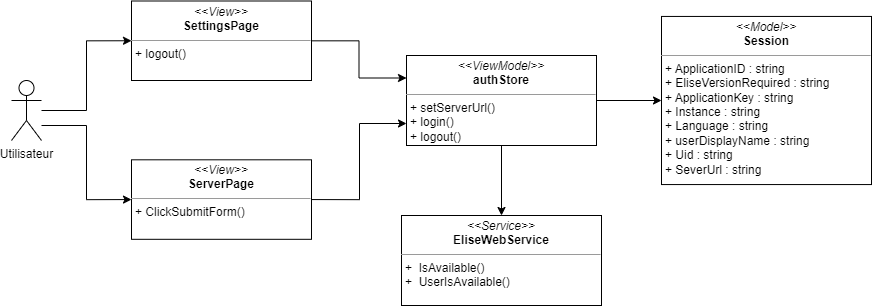
Earlier version of the draw.io export images_pfe/dcc_sprint1.png (PFE-Neoledge-2023/rapport). Source tidied: cells renumbered, new cells last; positions are measured from the earlier drawing's top-left corner, leaving out a move shared by most shapes. Source of this version:
```xml
<mxGraphModel>
  <root>
    <mxCell id="0" />
    <mxCell id="1" parent="0" />
    <mxCell id="2" style="edgeStyle=orthogonalEdgeStyle;rounded=0;jettySize=auto;html=1;entryX=0;entryY=0.5;entryDx=0;entryDy=0;" parent="1" edge="1" source="4" target="6">
      <mxGeometry relative="1" as="geometry">
        <Array as="points">
          <mxPoint x="75" y="124" />
          <mxPoint x="75" y="198" />
        </Array>
      </mxGeometry>
    </mxCell>
    <mxCell id="3" style="edgeStyle=orthogonalEdgeStyle;html=1;entryX=0;entryY=0.5;entryDx=0;entryDy=0;rounded=0;" parent="1" edge="1" source="4" target="13">
      <mxGeometry relative="1" as="geometry" />
    </mxCell>
    <mxCell id="4" value="Utilisateur" style="shape=umlActor;verticalLabelPosition=bottom;verticalAlign=top;html=1;outlineConnect=0;" parent="1" vertex="1">
      <mxGeometry y="79" width="30" height="60" as="geometry" />
    </mxCell>
    <mxCell id="5" style="edgeStyle=orthogonalEdgeStyle;html=1;exitX=1;exitY=0.5;exitDx=0;exitDy=0;entryX=0;entryY=0.75;entryDx=0;entryDy=0;startArrow=none;startFill=0;endArrow=classic;endFill=1;rounded=0;" parent="1" edge="1" source="6" target="8">
      <mxGeometry relative="1" as="geometry">
        <Array as="points">
          <mxPoint x="348" y="198" />
          <mxPoint x="348" y="122" />
          <mxPoint x="395" y="122" />
        </Array>
      </mxGeometry>
    </mxCell>
    <mxCell id="6" value="&lt;p style=&quot;margin:0px;margin-top:4px;text-align:center;&quot;&gt;&lt;i&gt;&amp;lt;&amp;lt;View&amp;gt;&amp;gt;&lt;/i&gt;&lt;br&gt;&lt;b&gt;ServerPage&lt;/b&gt;&lt;/p&gt;&lt;hr style=&quot;border-color: var(--border-color);&quot; size=&quot;1&quot;&gt;&lt;p style=&quot;border-color: var(--border-color); margin: 0px 0px 0px 4px;&quot;&gt;+ ClickSubmitForm()&lt;br&gt;&lt;/p&gt;&lt;p style=&quot;border-color: var(--border-color); margin: 0px 0px 0px 4px;&quot;&gt;&lt;br&gt;&lt;/p&gt;" style="verticalAlign=top;align=left;overflow=fill;fontSize=12;fontFamily=Helvetica;html=1;whiteSpace=wrap;" parent="1" vertex="1">
      <mxGeometry x="120" y="158.3" width="180" height="79.5" as="geometry" />
    </mxCell>
    <mxCell id="7" style="edgeStyle=orthogonalEdgeStyle;rounded=0;jettySize=auto;html=1;startArrow=none;startFill=0;endArrow=classic;endFill=1;" parent="1" edge="1" source="8" target="9">
      <mxGeometry relative="1" as="geometry" />
    </mxCell>
    <mxCell id="8" value="&lt;p style=&quot;margin:0px;margin-top:4px;text-align:center;&quot;&gt;&lt;i&gt;&amp;lt;&amp;lt;ViewModel&amp;gt;&amp;gt;&lt;/i&gt;&lt;br&gt;&lt;b&gt;authStore&lt;/b&gt;&lt;/p&gt;&lt;hr size=&quot;1&quot;&gt;&lt;p style=&quot;margin:0px;margin-left:4px;&quot;&gt;&lt;/p&gt;&lt;p style=&quot;margin:0px;margin-left:4px;&quot;&gt;+ setServerUrl()&lt;/p&gt;&lt;p style=&quot;margin:0px;margin-left:4px;&quot;&gt;+ login()&lt;/p&gt;&lt;p style=&quot;margin:0px;margin-left:4px;&quot;&gt;+ logout()&lt;/p&gt;" style="verticalAlign=top;align=left;overflow=fill;fontSize=12;fontFamily=Helvetica;html=1;whiteSpace=wrap;" parent="1" vertex="1">
      <mxGeometry x="395" y="54" width="190" height="90" as="geometry" />
    </mxCell>
    <mxCell id="9" value="&lt;p style=&quot;margin:0px;margin-top:4px;text-align:center;&quot;&gt;&lt;i&gt;&amp;lt;&amp;lt;Model&amp;gt;&amp;gt;&lt;/i&gt;&lt;br&gt;&lt;b&gt;Session&lt;/b&gt;&lt;/p&gt;&lt;hr size=&quot;1&quot;&gt;&lt;p style=&quot;margin:0px;margin-left:4px;&quot;&gt;+ ApplicationID : string&amp;nbsp;&lt;/p&gt;&lt;p style=&quot;margin:0px;margin-left:4px;&quot;&gt;+ EliseVersionRequired : string&lt;/p&gt;&lt;p style=&quot;margin:0px;margin-left:4px;&quot;&gt;+ ApplicationKey : string&lt;/p&gt;&lt;p style=&quot;margin:0px;margin-left:4px;&quot;&gt;+ Instance : string&lt;/p&gt;&lt;p style=&quot;margin:0px;margin-left:4px;&quot;&gt;+ Language : string&lt;/p&gt;&lt;p style=&quot;margin:0px;margin-left:4px;&quot;&gt;+ userDisplayName : string&lt;/p&gt;&lt;p style=&quot;margin:0px;margin-left:4px;&quot;&gt;+ Uid : string&lt;/p&gt;&lt;p style=&quot;margin:0px;margin-left:4px;&quot;&gt;+ SeverUrl : string&amp;nbsp;&amp;nbsp;&lt;/p&gt;&lt;p style=&quot;margin:0px;margin-left:4px;&quot;&gt;&lt;br&gt;&lt;/p&gt;" style="verticalAlign=top;align=left;overflow=fill;fontSize=12;fontFamily=Helvetica;html=1;whiteSpace=wrap;" parent="1" vertex="1">
      <mxGeometry x="650" y="14.9" width="210" height="168.1" as="geometry" />
    </mxCell>
    <mxCell id="10" style="edgeStyle=orthogonalEdgeStyle;rounded=0;jettySize=auto;html=1;entryX=0.5;entryY=1;entryDx=0;entryDy=0;startArrow=classic;startFill=1;endArrow=none;endFill=0;" parent="1" edge="1" source="11" target="8">
      <mxGeometry relative="1" as="geometry" />
    </mxCell>
    <mxCell id="11" value="&lt;p style=&quot;margin:0px;margin-top:4px;text-align:center;&quot;&gt;&lt;i&gt;&amp;lt;&amp;lt;Service&amp;gt;&amp;gt;&lt;/i&gt;&lt;br&gt;&lt;b&gt;EliseWebService&lt;/b&gt;&lt;/p&gt;&lt;hr size=&quot;1&quot;&gt;&lt;p style=&quot;margin:0px;margin-left:4px;&quot;&gt;&lt;/p&gt;&lt;p style=&quot;margin:0px;margin-left:4px;&quot;&gt;+&amp;nbsp; IsAvailable()&lt;/p&gt;&lt;p style=&quot;margin:0px;margin-left:4px;&quot;&gt;+&amp;nbsp; UserIsAvailable()&lt;/p&gt;" style="verticalAlign=top;align=left;overflow=fill;fontSize=12;fontFamily=Helvetica;html=1;whiteSpace=wrap;" parent="1" vertex="1">
      <mxGeometry x="390" y="214" width="200" height="90" as="geometry" />
    </mxCell>
    <mxCell id="12" style="edgeStyle=orthogonalEdgeStyle;html=1;entryX=0;entryY=0.25;entryDx=0;entryDy=0;rounded=0;" parent="1" edge="1" source="13" target="8">
      <mxGeometry relative="1" as="geometry" />
    </mxCell>
    <mxCell id="13" value="&lt;p style=&quot;margin:0px;margin-top:4px;text-align:center;&quot;&gt;&lt;i&gt;&amp;lt;&amp;lt;View&amp;gt;&amp;gt;&lt;/i&gt;&lt;br&gt;&lt;b&gt;SettingsPage&lt;/b&gt;&lt;/p&gt;&lt;hr style=&quot;border-color: var(--border-color);&quot; size=&quot;1&quot;&gt;&lt;p style=&quot;border-color: var(--border-color); margin: 0px 0px 0px 4px;&quot;&gt;+ logout()&lt;/p&gt;" style="verticalAlign=top;align=left;overflow=fill;fontSize=12;fontFamily=Helvetica;html=1;whiteSpace=wrap;" parent="1" vertex="1">
      <mxGeometry x="120" y="-0.5" width="180" height="79.5" as="geometry" />
    </mxCell>
    <mxCell id="14" style="edgeStyle=orthogonalEdgeStyle;html=1;entryX=0;entryY=0.25;entryDx=0;entryDy=0;rounded=0;" parent="1" edge="1">
      <mxGeometry relative="1" as="geometry" />
    </mxCell>
  </root>
</mxGraphModel>
```
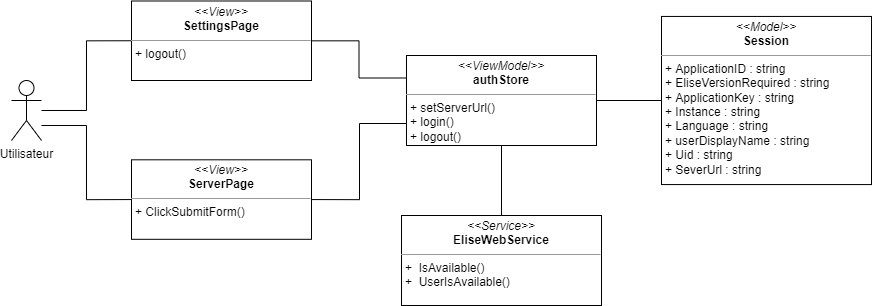
Above is the later version.

Change to the diagram source:
```diff
@@ -2,7 +2,7 @@
   <root>
     <mxCell id="0" />
     <mxCell id="1" parent="0" />
-    <mxCell id="2" style="edgeStyle=orthogonalEdgeStyle;rounded=0;jettySize=auto;html=1;entryX=0;entryY=0.5;entryDx=0;entryDy=0;" parent="1" edge="1" source="4" target="6">
+    <mxCell id="2" style="edgeStyle=orthogonalEdgeStyle;rounded=0;jettySize=auto;html=1;entryX=0;entryY=0.5;entryDx=0;entryDy=0;endArrow=none;endFill=0;" parent="1" edge="1" source="4" target="6">
       <mxGeometry relative="1" as="geometry">
         <Array as="points">
           <mxPoint x="75" y="124" />
@@ -10,13 +10,13 @@
         </Array>
       </mxGeometry>
     </mxCell>
-    <mxCell id="3" style="edgeStyle=orthogonalEdgeStyle;html=1;entryX=0;entryY=0.5;entryDx=0;entryDy=0;rounded=0;" parent="1" edge="1" source="4" target="13">
+    <mxCell id="3" style="edgeStyle=orthogonalEdgeStyle;html=1;entryX=0;entryY=0.5;entryDx=0;entryDy=0;rounded=0;endArrow=none;endFill=0;" parent="1" edge="1" source="4" target="13">
       <mxGeometry relative="1" as="geometry" />
     </mxCell>
     <mxCell id="4" value="Utilisateur" style="shape=umlActor;verticalLabelPosition=bottom;verticalAlign=top;html=1;outlineConnect=0;" parent="1" vertex="1">
       <mxGeometry y="79" width="30" height="60" as="geometry" />
     </mxCell>
-    <mxCell id="5" style="edgeStyle=orthogonalEdgeStyle;html=1;exitX=1;exitY=0.5;exitDx=0;exitDy=0;entryX=0;entryY=0.75;entryDx=0;entryDy=0;startArrow=none;startFill=0;endArrow=classic;endFill=1;rounded=0;" parent="1" edge="1" source="6" target="8">
+    <mxCell id="5" style="edgeStyle=orthogonalEdgeStyle;html=1;exitX=1;exitY=0.5;exitDx=0;exitDy=0;entryX=0;entryY=0.75;entryDx=0;entryDy=0;startArrow=none;startFill=0;endArrow=none;endFill=0;rounded=0;" parent="1" edge="1" source="6" target="8">
       <mxGeometry relative="1" as="geometry">
         <Array as="points">
           <mxPoint x="348" y="198" />
@@ -28,7 +28,7 @@
     <mxCell id="6" value="&lt;p style=&quot;margin:0px;margin-top:4px;text-align:center;&quot;&gt;&lt;i&gt;&amp;lt;&amp;lt;View&amp;gt;&amp;gt;&lt;/i&gt;&lt;br&gt;&lt;b&gt;ServerPage&lt;/b&gt;&lt;/p&gt;&lt;hr style=&quot;border-color: var(--border-color);&quot; size=&quot;1&quot;&gt;&lt;p style=&quot;border-color: var(--border-color); margin: 0px 0px 0px 4px;&quot;&gt;+ ClickSubmitForm()&lt;br&gt;&lt;/p&gt;&lt;p style=&quot;border-color: var(--border-color); margin: 0px 0px 0px 4px;&quot;&gt;&lt;br&gt;&lt;/p&gt;" style="verticalAlign=top;align=left;overflow=fill;fontSize=12;fontFamily=Helvetica;html=1;whiteSpace=wrap;" parent="1" vertex="1">
       <mxGeometry x="120" y="158.3" width="180" height="79.5" as="geometry" />
     </mxCell>
-    <mxCell id="7" style="edgeStyle=orthogonalEdgeStyle;rounded=0;jettySize=auto;html=1;startArrow=none;startFill=0;endArrow=classic;endFill=1;" parent="1" edge="1" source="8" target="9">
+    <mxCell id="7" style="edgeStyle=orthogonalEdgeStyle;rounded=0;jettySize=auto;html=1;startArrow=none;startFill=0;endArrow=none;endFill=0;" parent="1" edge="1" source="8" target="9">
       <mxGeometry relative="1" as="geometry" />
     </mxCell>
     <mxCell id="8" value="&lt;p style=&quot;margin:0px;margin-top:4px;text-align:center;&quot;&gt;&lt;i&gt;&amp;lt;&amp;lt;ViewModel&amp;gt;&amp;gt;&lt;/i&gt;&lt;br&gt;&lt;b&gt;authStore&lt;/b&gt;&lt;/p&gt;&lt;hr size=&quot;1&quot;&gt;&lt;p style=&quot;margin:0px;margin-left:4px;&quot;&gt;&lt;/p&gt;&lt;p style=&quot;margin:0px;margin-left:4px;&quot;&gt;+ setServerUrl()&lt;/p&gt;&lt;p style=&quot;margin:0px;margin-left:4px;&quot;&gt;+ login()&lt;/p&gt;&lt;p style=&quot;margin:0px;margin-left:4px;&quot;&gt;+ logout()&lt;/p&gt;" style="verticalAlign=top;align=left;overflow=fill;fontSize=12;fontFamily=Helvetica;html=1;whiteSpace=wrap;" parent="1" vertex="1">
@@ -37,13 +37,13 @@
     <mxCell id="9" value="&lt;p style=&quot;margin:0px;margin-top:4px;text-align:center;&quot;&gt;&lt;i&gt;&amp;lt;&amp;lt;Model&amp;gt;&amp;gt;&lt;/i&gt;&lt;br&gt;&lt;b&gt;Session&lt;/b&gt;&lt;/p&gt;&lt;hr size=&quot;1&quot;&gt;&lt;p style=&quot;margin:0px;margin-left:4px;&quot;&gt;+ ApplicationID : string&amp;nbsp;&lt;/p&gt;&lt;p style=&quot;margin:0px;margin-left:4px;&quot;&gt;+ EliseVersionRequired : string&lt;/p&gt;&lt;p style=&quot;margin:0px;margin-left:4px;&quot;&gt;+ ApplicationKey : string&lt;/p&gt;&lt;p style=&quot;margin:0px;margin-left:4px;&quot;&gt;+ Instance : string&lt;/p&gt;&lt;p style=&quot;margin:0px;margin-left:4px;&quot;&gt;+ Language : string&lt;/p&gt;&lt;p style=&quot;margin:0px;margin-left:4px;&quot;&gt;+ userDisplayName : string&lt;/p&gt;&lt;p style=&quot;margin:0px;margin-left:4px;&quot;&gt;+ Uid : string&lt;/p&gt;&lt;p style=&quot;margin:0px;margin-left:4px;&quot;&gt;+ SeverUrl : string&amp;nbsp;&amp;nbsp;&lt;/p&gt;&lt;p style=&quot;margin:0px;margin-left:4px;&quot;&gt;&lt;br&gt;&lt;/p&gt;" style="verticalAlign=top;align=left;overflow=fill;fontSize=12;fontFamily=Helvetica;html=1;whiteSpace=wrap;" parent="1" vertex="1">
       <mxGeometry x="650" y="14.9" width="210" height="168.1" as="geometry" />
     </mxCell>
-    <mxCell id="10" style="edgeStyle=orthogonalEdgeStyle;rounded=0;jettySize=auto;html=1;entryX=0.5;entryY=1;entryDx=0;entryDy=0;startArrow=classic;startFill=1;endArrow=none;endFill=0;" parent="1" edge="1" source="11" target="8">
+    <mxCell id="10" style="edgeStyle=orthogonalEdgeStyle;rounded=0;jettySize=auto;html=1;entryX=0.5;entryY=1;entryDx=0;entryDy=0;startArrow=none;startFill=0;endArrow=none;endFill=0;" parent="1" edge="1" source="11" target="8">
       <mxGeometry relative="1" as="geometry" />
     </mxCell>
     <mxCell id="11" value="&lt;p style=&quot;margin:0px;margin-top:4px;text-align:center;&quot;&gt;&lt;i&gt;&amp;lt;&amp;lt;Service&amp;gt;&amp;gt;&lt;/i&gt;&lt;br&gt;&lt;b&gt;EliseWebService&lt;/b&gt;&lt;/p&gt;&lt;hr size=&quot;1&quot;&gt;&lt;p style=&quot;margin:0px;margin-left:4px;&quot;&gt;&lt;/p&gt;&lt;p style=&quot;margin:0px;margin-left:4px;&quot;&gt;+&amp;nbsp; IsAvailable()&lt;/p&gt;&lt;p style=&quot;margin:0px;margin-left:4px;&quot;&gt;+&amp;nbsp; UserIsAvailable()&lt;/p&gt;" style="verticalAlign=top;align=left;overflow=fill;fontSize=12;fontFamily=Helvetica;html=1;whiteSpace=wrap;" parent="1" vertex="1">
       <mxGeometry x="390" y="214" width="200" height="90" as="geometry" />
     </mxCell>
-    <mxCell id="12" style="edgeStyle=orthogonalEdgeStyle;html=1;entryX=0;entryY=0.25;entryDx=0;entryDy=0;rounded=0;" parent="1" edge="1" source="13" target="8">
+    <mxCell id="12" style="edgeStyle=orthogonalEdgeStyle;html=1;entryX=0;entryY=0.25;entryDx=0;entryDy=0;rounded=0;endArrow=none;endFill=0;" parent="1" edge="1" source="13" target="8">
       <mxGeometry relative="1" as="geometry" />
     </mxCell>
     <mxCell id="13" value="&lt;p style=&quot;margin:0px;margin-top:4px;text-align:center;&quot;&gt;&lt;i&gt;&amp;lt;&amp;lt;View&amp;gt;&amp;gt;&lt;/i&gt;&lt;br&gt;&lt;b&gt;SettingsPage&lt;/b&gt;&lt;/p&gt;&lt;hr style=&quot;border-color: var(--border-color);&quot; size=&quot;1&quot;&gt;&lt;p style=&quot;border-color: var(--border-color); margin: 0px 0px 0px 4px;&quot;&gt;+ logout()&lt;/p&gt;" style="verticalAlign=top;align=left;overflow=fill;fontSize=12;fontFamily=Helvetica;html=1;whiteSpace=wrap;" parent="1" vertex="1">
```
